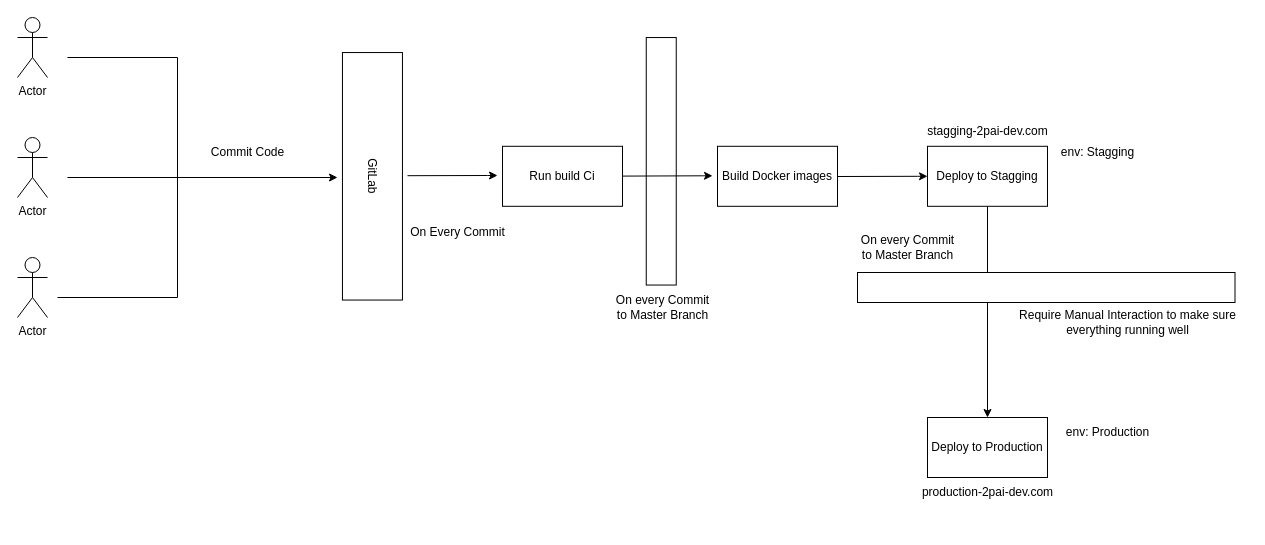
The draw.io diagram Chandra CI-CD Proxy Diagram.drawio in chandrafebrian/chandrafebrian, before the edit. Source tidied: cells renumbered, new cells numbered last; positions are measured from the earlier drawing's top-left corner, leaving out a move shared by most shapes. Both pictures are drawn from the tidied source at 100%, with x=0, y=0 at pixel (17, 17).
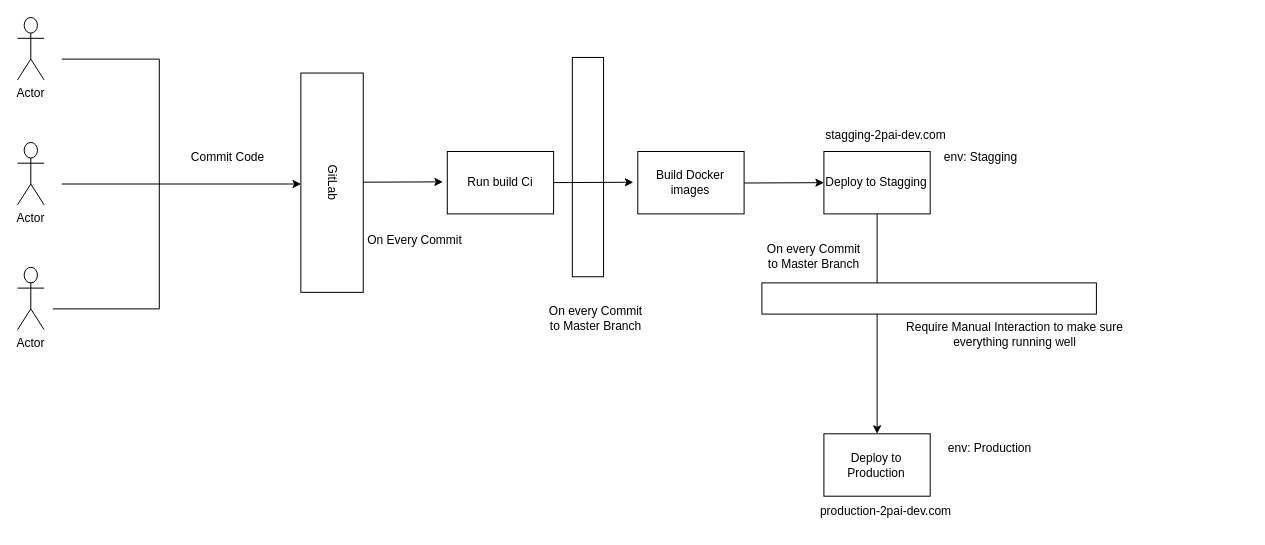
The same page after the edit.

Change to the diagram source:
```diff
@@
+    <mxCell id="30" style="group;" parent="1" vertex="1">
+      <mxGeometry width="1090" height="510" as="geometry" />
+    </mxCell>
-    <mxCell id="2" style="rounded=0;whiteSpace=wrap;html=1;rotation=90;" parent="1" vertex="1">
-      <mxGeometry x="520" y="128.8" width="247.5" height="30" as="geometry" />
+    <mxCell id="2" style="rounded=0;whiteSpace=wrap;html=1;rotation=90;" parent="30" vertex="1">
+      <mxGeometry x="460.8" y="134" width="219.3" height="31.2" as="geometry" />
     </mxCell>
-    <mxCell id="3" value="Actor" style="shape=umlActor;verticalLabelPosition=bottom;verticalAlign=top;html=1;" parent="1" vertex="1">
-      <mxGeometry width="30" height="60" as="geometry" />
+    <mxCell id="3" value="Actor" style="shape=umlActor;verticalLabelPosition=bottom;verticalAlign=top;html=1;" parent="30" vertex="1">
+      <mxGeometry width="26.6" height="62.4" as="geometry" />
     </mxCell>
-    <mxCell id="4" value="Actor" style="shape=umlActor;verticalLabelPosition=bottom;verticalAlign=top;html=1;" parent="1" vertex="1">
-      <mxGeometry y="120" width="30" height="60" as="geometry" />
+    <mxCell id="4" value="Actor" style="shape=umlActor;verticalLabelPosition=bottom;verticalAlign=top;html=1;" parent="30" vertex="1">
+      <mxGeometry y="124.9" width="26.6" height="62.4" as="geometry" />
     </mxCell>
-    <mxCell id="5" value="Actor" style="shape=umlActor;verticalLabelPosition=bottom;verticalAlign=top;html=1;" parent="1" vertex="1">
-      <mxGeometry y="240" width="30" height="60" as="geometry" />
+    <mxCell id="5" value="Actor" style="shape=umlActor;verticalLabelPosition=bottom;verticalAlign=top;html=1;" parent="30" vertex="1">
+      <mxGeometry y="249.8" width="26.6" height="62.4" as="geometry" />
     </mxCell>
-    <mxCell id="6" style="endArrow=none;html=1;rounded=0;" parent="1" edge="1">
+    <mxCell id="6" style="endArrow=none;html=1;rounded=0;" parent="30" edge="1">
       <mxGeometry relative="1" as="geometry">
-        <mxPoint x="50" y="40" as="sourcePoint" />
-        <mxPoint x="160" y="40" as="targetPoint" />
+        <mxPoint x="44.3" y="41.6" as="sourcePoint" />
+        <mxPoint x="141.8" y="41.6" as="targetPoint" />
       </mxGeometry>
     </mxCell>
-    <mxCell id="7" style="endArrow=none;html=1;rounded=0;" parent="1" edge="1">
+    <mxCell id="7" style="endArrow=none;html=1;rounded=0;" parent="30" edge="1">
       <mxGeometry relative="1" as="geometry">
-        <mxPoint x="50" y="160" as="sourcePoint" />
-        <mxPoint x="160" y="160" as="targetPoint" />
+        <mxPoint x="44.3" y="166.5" as="sourcePoint" />
+        <mxPoint x="141.8" y="166.5" as="targetPoint" />
       </mxGeometry>
     </mxCell>
-    <mxCell id="8" style="endArrow=none;html=1;rounded=0;" parent="1" edge="1">
+    <mxCell id="8" style="endArrow=none;html=1;rounded=0;" parent="30" edge="1">
       <mxGeometry relative="1" as="geometry">
-        <mxPoint x="40" y="280" as="sourcePoint" />
-        <mxPoint x="160" y="280" as="targetPoint" />
+        <mxPoint x="35.4" y="291.4" as="sourcePoint" />
+        <mxPoint x="141.8" y="291.4" as="targetPoint" />
       </mxGeometry>
     </mxCell>
-    <mxCell id="9" style="endArrow=none;html=1;rounded=0;" parent="1" edge="1">
+    <mxCell id="9" style="endArrow=none;html=1;rounded=0;" parent="30" edge="1">
       <mxGeometry relative="1" as="geometry">
-        <mxPoint x="160" y="40" as="sourcePoint" />
-        <mxPoint x="160" y="280" as="targetPoint" />
+        <mxPoint x="141.8" y="41.6" as="sourcePoint" />
+        <mxPoint x="141.8" y="291.4" as="targetPoint" />
       </mxGeometry>
     </mxCell>
-    <mxCell id="10" style="endArrow=classic;html=1;rounded=0;" parent="1" edge="1">
+    <mxCell id="10" style="endArrow=classic;html=1;rounded=0;" parent="30" edge="1">
       <mxGeometry relative="1" as="geometry">
-        <mxPoint x="160" y="160" as="sourcePoint" />
-        <mxPoint x="320" y="160" as="targetPoint" />
+        <mxPoint x="141.8" y="166.5" as="sourcePoint" />
+        <mxPoint x="283.6" y="166.5" as="targetPoint" />
       </mxGeometry>
     </mxCell>
-    <mxCell id="11" value="Commit Code" style="text;html=1;align=center;verticalAlign=middle;strokeColor=none;fillColor=none;" parent="1" vertex="1">
-      <mxGeometry x="180" y="120" width="100" height="30" as="geometry" />
+    <mxCell id="11" value="Commit Code" style="text;html=1;align=center;verticalAlign=middle;strokeColor=none;fillColor=none;" parent="30" vertex="1">
+      <mxGeometry x="159.5" y="124.9" width="100" height="30" as="geometry" />
     </mxCell>
-    <mxCell id="12" value="GitLab" style="rounded=0;whiteSpace=wrap;html=1;rotation=90;" parent="1" vertex="1">
-      <mxGeometry x="231.2" y="128.8" width="247.5" height="60" as="geometry" />
+    <mxCell id="12" value="GitLab" style="rounded=0;whiteSpace=wrap;html=1;rotation=90;" parent="30" vertex="1">
+      <mxGeometry x="204.9" y="134" width="219.3" height="62.4" as="geometry" />
     </mxCell>
-    <mxCell id="13" style="endArrow=classic;html=1;rounded=0;" parent="1" edge="1">
+    <mxCell id="13" style="endArrow=classic;html=1;rounded=0;" parent="30" edge="1">
       <mxGeometry relative="1" as="geometry">
-        <mxPoint x="390" y="158.2" as="sourcePoint" />
-        <mxPoint x="480" y="158" as="targetPoint" />
+        <mxPoint x="345.6" y="164.7" as="sourcePoint" />
+        <mxPoint x="425.4" y="164.4" as="targetPoint" />
         <Array as="points">
-          <mxPoint x="470" y="158" />
+          <mxPoint x="416.5" y="164.4" />
         </Array>
       </mxGeometry>
     </mxCell>
-    <mxCell id="14" value="Run build Ci" style="rounded=0;whiteSpace=wrap;html=1;" parent="1" vertex="1">
-      <mxGeometry x="485" y="128.8" width="120" height="60" as="geometry" />
+    <mxCell id="14" value="Run build Ci" style="rounded=0;whiteSpace=wrap;html=1;" parent="30" vertex="1">
+      <mxGeometry x="429.8" y="134" width="106.3" height="62.4" as="geometry" />
     </mxCell>
-    <mxCell id="15" style="endArrow=classic;html=1;rounded=0;" parent="1" edge="1">
+    <mxCell id="15" style="endArrow=classic;html=1;rounded=0;" parent="30" edge="1">
       <mxGeometry relative="1" as="geometry">
-        <mxPoint x="605" y="158.6" as="sourcePoint" />
-        <mxPoint x="695" y="158.3" as="targetPoint" />
+        <mxPoint x="536.1" y="165.1" as="sourcePoint" />
+        <mxPoint x="615.9" y="164.8" as="targetPoint" />
         <Array as="points">
-          <mxPoint x="685" y="158.3" />
+          <mxPoint x="607" y="164.8" />
         </Array>
       </mxGeometry>
     </mxCell>
-    <mxCell id="16" value="On Every Commit" style="text;html=1;align=center;verticalAlign=middle;strokeColor=none;fillColor=none;" parent="1" vertex="1">
-      <mxGeometry x="380" y="200" width="120" height="30" as="geometry" />
+    <mxCell id="16" value="On Every Commit" style="text;html=1;align=center;verticalAlign=middle;strokeColor=none;fillColor=none;" parent="30" vertex="1">
+      <mxGeometry x="336.7" y="208.2" width="120" height="30" as="geometry" />
     </mxCell>
-    <mxCell id="17" value="On every Commit&lt;br&gt;to Master Branch" style="text;html=1;align=center;verticalAlign=middle;strokeColor=none;fillColor=none;" parent="1" vertex="1">
-      <mxGeometry x="585" y="270" width="120" height="40" as="geometry" />
+    <mxCell id="17" value="On every Commit&lt;br&gt;to Master Branch" style="text;html=1;align=center;verticalAlign=middle;strokeColor=none;fillColor=none;" parent="30" vertex="1">
+      <mxGeometry x="518.4" y="281" width="120" height="40" as="geometry" />
     </mxCell>
-    <mxCell id="18" value="Build Docker images" style="rounded=0;whiteSpace=wrap;html=1;" parent="1" vertex="1">
-      <mxGeometry x="700" y="128.8" width="120" height="60" as="geometry" />
+    <mxCell id="18" value="Build Docker images" style="rounded=0;whiteSpace=wrap;html=1;" parent="30" vertex="1">
+      <mxGeometry x="620.3" y="134" width="106.3" height="62.4" as="geometry" />
     </mxCell>
-    <mxCell id="19" style="endArrow=classic;html=1;rounded=0;" parent="1" edge="1">
+    <mxCell id="19" style="endArrow=classic;html=1;rounded=0;" parent="30" edge="1">
       <mxGeometry relative="1" as="geometry">
-        <mxPoint x="820" y="159" as="sourcePoint" />
-        <mxPoint x="910" y="158.8" as="targetPoint" />
+        <mxPoint x="726.7" y="165.5" as="sourcePoint" />
+        <mxPoint x="806.4" y="165.2" as="targetPoint" />
         <Array as="points">
-          <mxPoint x="900" y="158.8" />
+          <mxPoint x="797.6" y="165.2" />
         </Array>
       </mxGeometry>
     </mxCell>
-    <mxCell id="20" style="edgeStyle=orthogonalEdgeStyle;rounded=0;jettySize=auto;html=1;" parent="1" edge="1" source="21">
+    <mxCell id="20" style="edgeStyle=orthogonalEdgeStyle;rounded=0;jettySize=auto;html=1;" parent="30" edge="1" source="21">
       <mxGeometry relative="1" as="geometry">
-        <mxPoint x="970" y="400" as="targetPoint" />
+        <mxPoint x="859.6" y="416.3" as="targetPoint" />
       </mxGeometry>
     </mxCell>
-    <mxCell id="21" value="Deploy to Stagging" style="rounded=0;whiteSpace=wrap;html=1;" parent="1" vertex="1">
-      <mxGeometry x="910" y="128.8" width="120" height="60" as="geometry" />
+    <mxCell id="21" value="Deploy to Stagging" style="rounded=0;whiteSpace=wrap;html=1;" parent="30" vertex="1">
+      <mxGeometry x="806.4" y="134" width="106.3" height="62.4" as="geometry" />
     </mxCell>
-    <mxCell id="22" value="env: Stagging" style="text;html=1;align=center;verticalAlign=middle;strokeColor=none;fillColor=none;" parent="1" vertex="1">
-      <mxGeometry x="1030" y="120" width="100" height="30" as="geometry" />
+    <mxCell id="22" value="env: Stagging" style="text;html=1;align=center;verticalAlign=middle;strokeColor=none;fillColor=none;" parent="30" vertex="1">
+      <mxGeometry x="912.8" y="124.9" width="100" height="30" as="geometry" />
     </mxCell>
-    <mxCell id="23" style="rounded=0;whiteSpace=wrap;html=1;rotation=-180;" parent="1" vertex="1">
-      <mxGeometry x="840" y="255" width="377.5" height="30" as="geometry" />
+    <mxCell id="23" style="rounded=0;whiteSpace=wrap;html=1;rotation=-180;" parent="30" vertex="1">
+      <mxGeometry x="744.4" y="265.4" width="334.5" height="31.2" as="geometry" />
     </mxCell>
-    <mxCell id="24" value="Deploy to Production" style="rounded=0;whiteSpace=wrap;html=1;" parent="1" vertex="1">
-      <mxGeometry x="910" y="400" width="120" height="60" as="geometry" />
+    <mxCell id="24" value="Deploy to Production" style="rounded=0;whiteSpace=wrap;html=1;" parent="30" vertex="1">
+      <mxGeometry x="806.4" y="416.3" width="106.3" height="62.4" as="geometry" />
     </mxCell>
-    <mxCell id="25" value="env: Production" style="text;html=1;align=center;verticalAlign=middle;strokeColor=none;fillColor=none;" parent="1" vertex="1">
-      <mxGeometry x="1035" y="400" width="110" height="30" as="geometry" />
+    <mxCell id="25" value="env: Production" style="text;html=1;align=center;verticalAlign=middle;strokeColor=none;fillColor=none;" parent="30" vertex="1">
+      <mxGeometry x="917.2" y="416.3" width="110" height="30" as="geometry" />
     </mxCell>
-    <mxCell id="26" value="Require Manual Interaction to make sure&lt;br&gt;everything running well" style="text;html=1;align=center;verticalAlign=middle;strokeColor=none;fillColor=none;" parent="1" vertex="1">
-      <mxGeometry x="990" y="285" width="240" height="40" as="geometry" />
+    <mxCell id="26" value="Require Manual Interaction to make sure&lt;br&gt;everything running well" style="text;html=1;align=center;verticalAlign=middle;strokeColor=none;fillColor=none;" parent="30" vertex="1">
+      <mxGeometry x="877.3" y="296.6" width="240" height="40" as="geometry" />
     </mxCell>
-    <mxCell id="27" value="On every Commit&lt;br&gt;to Master Branch" style="text;html=1;align=center;verticalAlign=middle;strokeColor=none;fillColor=none;" parent="1" vertex="1">
-      <mxGeometry x="830" y="210" width="120" height="40" as="geometry" />
+    <mxCell id="27" value="On every Commit&lt;br&gt;to Master Branch" style="text;html=1;align=center;verticalAlign=middle;strokeColor=none;fillColor=none;" parent="30" vertex="1">
+      <mxGeometry x="735.5" y="218.6" width="120" height="40" as="geometry" />
     </mxCell>
-    <mxCell id="28" value="stagging-2pai-dev.com" style="text;html=1;align=center;verticalAlign=middle;strokeColor=none;fillColor=none;" parent="1" vertex="1">
-      <mxGeometry x="900" y="98.8" width="140" height="30" as="geometry" />
+    <mxCell id="28" value="stagging-2pai-dev.com" style="text;html=1;align=center;verticalAlign=middle;strokeColor=none;fillColor=none;" parent="30" vertex="1">
+      <mxGeometry x="797.6" y="102.8" width="140" height="30" as="geometry" />
     </mxCell>
-    <mxCell id="29" value="production-2pai-dev.com" style="text;html=1;align=center;verticalAlign=middle;strokeColor=none;fillColor=none;" parent="1" vertex="1">
-      <mxGeometry x="895" y="460" width="150" height="30" as="geometry" />
+    <mxCell id="29" value="production-2pai-dev.com" style="text;html=1;align=center;verticalAlign=middle;strokeColor=none;fillColor=none;" parent="30" vertex="1">
+      <mxGeometry x="793.1" y="478.8" width="150" height="30" as="geometry" />
     </mxCell>
```
